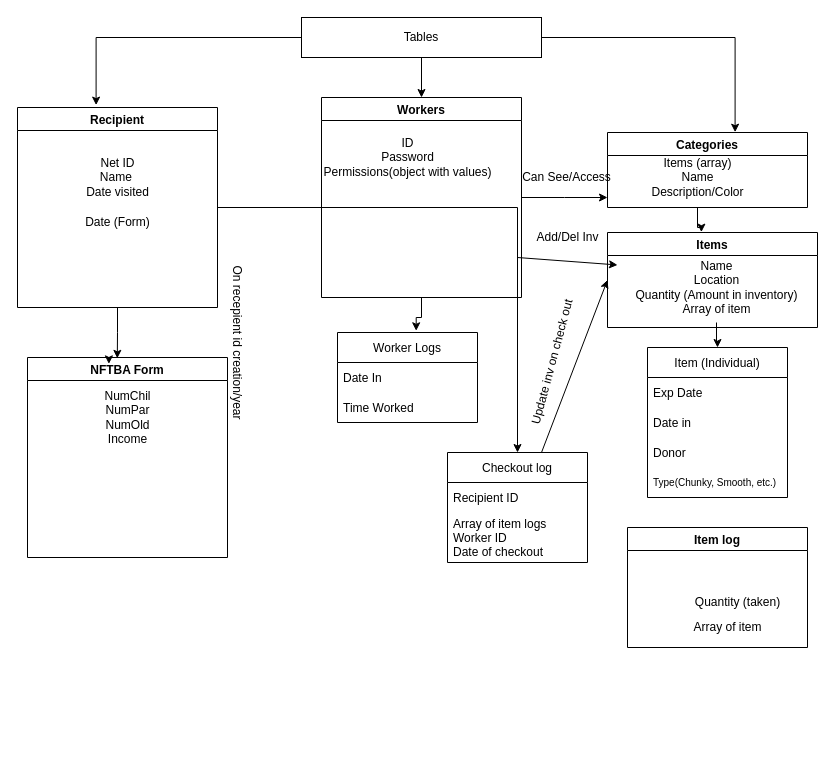
The draw.io diagram Back-End Data.drawio in UTDallasEPICS/Comet-Cupboard, before the edit. Source tidied: cells renumbered, new cells numbered last; positions are measured from the earlier drawing's top-left corner, leaving out a move shared by most shapes. Both pictures are drawn from the tidied source at 100%, with x=0, y=0 at pixel (17, 17).
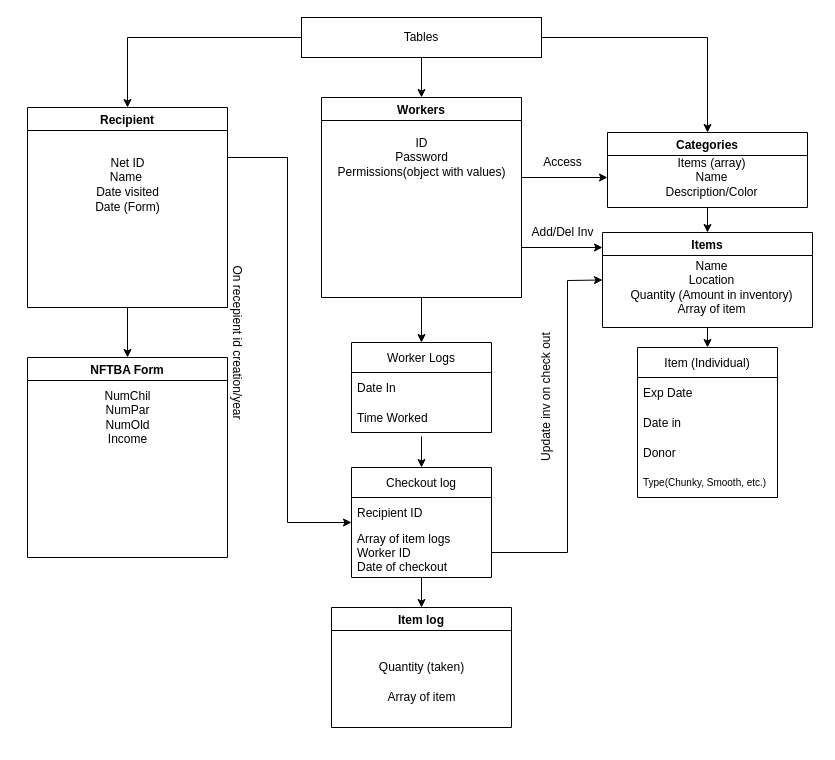
The same diagram, later.

Unchanged cells that the change refers to:
```xml
<mxCell id="7" value="Categories" style="swimlane;" parent="1" vertex="1">
  <mxGeometry x="590" y="115" width="200" height="75" as="geometry" />
</mxCell>
<mxCell id="11" value="Tables" style="rounded=0;whiteSpace=wrap;html=1;" parent="1" vertex="1">
  <mxGeometry x="284" width="240" height="40" as="geometry" />
</mxCell>
<mxCell id="12" value="NFTBA Form" style="swimlane;" parent="1" vertex="1">
  <mxGeometry x="10" y="340" width="200" height="200" as="geometry" />
</mxCell>
<mxCell id="18" value="Workers" style="swimlane;" parent="1" vertex="1">
  <mxGeometry x="304" y="80" width="200" height="200" as="geometry" />
</mxCell>
<mxCell id="23" value="Name&lt;br&gt;Location&lt;br&gt;Quantity (Amount in inventory)&lt;br&gt;Array of item" style="text;html=1;align=center;verticalAlign=middle;points=[];strokeColor=none;fillColor=none;" parent="22" vertex="1">
  <mxGeometry x="14" y="20" width="190" height="70" as="geometry" />
</mxCell>
<mxCell id="31" value="Array of item logs&#10;Worker ID &#10;Date of checkout" style="text;strokeColor=none;fillColor=none;align=left;verticalAlign=middle;spacingLeft=4;spacingRight=4;overflow=hidden;points=[[0,0.5],[1,0.5]];portConstraint=eastwest;" parent="29" vertex="1">
  <mxGeometry y="60" width="140" height="50" as="geometry" />
</mxCell>
<mxCell id="38" value="Time Worked" style="text;strokeColor=none;fillColor=none;align=left;verticalAlign=middle;spacingLeft=4;spacingRight=4;overflow=hidden;points=[[0,0.5],[1,0.5]];portConstraint=eastwest;" parent="36" vertex="1">
  <mxGeometry y="60" width="140" height="30" as="geometry" />
</mxCell>
```

Diff of the diagram source:
```diff
@@
-    <mxCell id="2" style="edgeStyle=orthogonalEdgeStyle;rounded=0;jettySize=auto;html=1;entryX=0.449;entryY=0.004;entryDx=0;entryDy=0;entryPerimeter=0;" parent="1" edge="1" source="4" target="12">
-      <mxGeometry relative="1" as="geometry" />
-    </mxCell>
-    <mxCell id="3" style="edgeStyle=orthogonalEdgeStyle;rounded=0;jettySize=auto;html=1;" parent="1" edge="1" source="4" target="29">
-      <mxGeometry relative="1" as="geometry" />
-    </mxCell>
     <mxCell id="4" value="Recipient" style="swimlane;startSize=23;" parent="1" vertex="1">
-      <mxGeometry y="90" width="200" height="200" as="geometry" />
+      <mxGeometry x="10" y="90" width="200" height="200" as="geometry" />
     </mxCell>
@@
     <mxCell id="6" value="Date (Form)" style="text;html=1;align=center;verticalAlign=middle;strokeColor=none;fillColor=none;" parent="4" vertex="1">
-      <mxGeometry x="55" y="100" width="90" height="30" as="geometry" />
+      <mxGeometry x="55" y="85" width="90" height="30" as="geometry" />
     </mxCell>
@@
+    <mxCell id="21" value="Items (array)&lt;br&gt;Name&lt;br&gt;Description/Color" style="text;html=1;align=center;verticalAlign=middle;points=[];strokeColor=none;fillColor=none;" parent="7" vertex="1">
+      <mxGeometry x="44" y="15" width="120" height="60" as="geometry" />
+    </mxCell>
-    <mxCell id="8" style="edgeStyle=orthogonalEdgeStyle;rounded=0;jettySize=auto;html=1;entryX=0.393;entryY=-0.012;entryDx=0;entryDy=0;entryPerimeter=0;" parent="1" edge="1" source="11" target="4">
-      <mxGeometry relative="1" as="geometry" />
+    <mxCell id="8" style="edgeStyle=orthogonalEdgeStyle;rounded=0;jettySize=auto;html=1;entryX=0.5;entryY=0;entryDx=0;entryDy=0;" parent="1" edge="1" source="11" target="4">
+      <mxGeometry relative="1" as="geometry">
+        <Array as="points">
+          <mxPoint x="110" y="20" />
+        </Array>
+      </mxGeometry>
     </mxCell>
-    <mxCell id="9" style="edgeStyle=orthogonalEdgeStyle;rounded=0;jettySize=auto;html=1;entryX=0.638;entryY=-0.004;entryDx=0;entryDy=0;entryPerimeter=0;" parent="1" edge="1" source="11" target="7">
-      <mxGeometry relative="1" as="geometry" />
+    <mxCell id="9" style="edgeStyle=orthogonalEdgeStyle;rounded=0;jettySize=auto;html=1;entryX=0.5;entryY=0;entryDx=0;entryDy=0;" parent="1" edge="1" source="11" target="7">
+      <mxGeometry relative="1" as="geometry">
+        <Array as="points">
+          <mxPoint x="690" y="20" />
+        </Array>
+      </mxGeometry>
     </mxCell>
@@
-    <mxCell id="13" style="edgeStyle=orthogonalEdgeStyle;rounded=0;orthogonalLoop=1;jettySize=auto;html=1;exitX=0.5;exitY=0;exitDx=0;exitDy=0;entryX=0.407;entryY=0.032;entryDx=0;entryDy=0;entryPerimeter=0;" parent="1" edge="1" source="12" target="12">
-      <mxGeometry relative="1" as="geometry" />
-    </mxCell>
@@
     <mxCell id="16" style="edgeStyle=orthogonalEdgeStyle;rounded=0;jettySize=auto;html=1;" parent="1" edge="1" source="18">
       <mxGeometry relative="1" as="geometry">
-        <mxPoint x="590" y="180" as="targetPoint" />
+        <mxPoint x="590" y="160" as="targetPoint" />
+        <Array as="points">
+          <mxPoint x="590" y="160" />
+        </Array>
       </mxGeometry>
     </mxCell>
-    <mxCell id="17" style="edgeStyle=orthogonalEdgeStyle;rounded=0;jettySize=auto;html=1;entryX=0.562;entryY=-0.019;entryDx=0;entryDy=0;entryPerimeter=0;" parent="1" edge="1" source="18" target="36">
-      <mxGeometry relative="1" as="geometry" />
-    </mxCell>
@@
-    <mxCell id="19" value="ID&lt;br&gt;Password&lt;br&gt;Permissions(object with values)" style="text;html=1;align=center;verticalAlign=middle;strokeColor=none;fillColor=none;" parent="1" vertex="1">
-      <mxGeometry x="295" y="110" width="190" height="60" as="geometry" />
+    <mxCell id="19" value="ID&lt;br&gt;Password&lt;br&gt;Permissions(object with values)" style="text;html=1;align=center;verticalAlign=middle;strokeColor=none;fillColor=none;" parent="18" vertex="1">
+      <mxGeometry x="5" y="30" width="190" height="60" as="geometry" />
     </mxCell>
-    <mxCell id="20" style="edgeStyle=orthogonalEdgeStyle;rounded=0;jettySize=auto;html=1;entryX=0.447;entryY=-0.004;entryDx=0;entryDy=0;entryPerimeter=0;" parent="1" edge="1" source="21" target="22">
-      <mxGeometry relative="1" as="geometry" />
-    </mxCell>
-    <mxCell id="21" value="Items (array)&lt;br&gt;Name&lt;br&gt;Description/Color" style="text;html=1;align=center;verticalAlign=middle;points=[];strokeColor=none;fillColor=none;" parent="1" vertex="1">
-      <mxGeometry x="620" y="130" width="120" height="60" as="geometry" />
-    </mxCell>
     <mxCell id="22" value="Items" style="swimlane;" parent="1" vertex="1">
-      <mxGeometry x="590" y="215" width="210" height="95" as="geometry" />
+      <mxGeometry x="585" y="215" width="210" height="95" as="geometry" />
     </mxCell>
@@
     <mxCell id="24" value="Item log" style="swimlane;" parent="1" vertex="1">
-      <mxGeometry x="610" y="510" width="180" height="120" as="geometry" />
+      <mxGeometry x="314" y="590" width="180" height="120" as="geometry" />
     </mxCell>
     <mxCell id="25" value="Quantity (taken)" style="text;html=1;align=center;verticalAlign=middle;strokeColor=none;fillColor=none;" parent="24" vertex="1">
-      <mxGeometry x="55" y="60" width="110" height="30" as="geometry" />
+      <mxGeometry x="35" y="45" width="110" height="30" as="geometry" />
     </mxCell>
@@
     <mxCell id="27" value="Array of item" style="text;html=1;align=center;verticalAlign=middle;strokeColor=none;fillColor=none;" parent="24" vertex="1">
-      <mxGeometry x="55" y="85" width="90" height="30" as="geometry" />
+      <mxGeometry x="45" y="75" width="90" height="30" as="geometry" />
     </mxCell>
-    <mxCell id="28" value="Can See/Access" style="text;html=1;align=center;verticalAlign=middle;strokeColor=none;fillColor=none;" parent="1" vertex="1">
-      <mxGeometry x="494" y="145" width="110" height="30" as="geometry" />
+    <mxCell id="28" value="Access" style="text;html=1;align=center;verticalAlign=middle;strokeColor=none;fillColor=none;" parent="1" vertex="1">
+      <mxGeometry x="515" y="130" width="60" height="30" as="geometry" />
     </mxCell>
     <mxCell id="29" value="Checkout log" style="swimlane;fontStyle=0;horizontal=1;startSize=30;" parent="1" vertex="1">
-      <mxGeometry x="430" y="435" width="140" height="110" as="geometry" />
+      <mxGeometry x="334" y="450" width="140" height="110" as="geometry" />
     </mxCell>
@@
-    <mxCell id="32" style="endArrow=classic;html=1;rounded=0;entryX=0;entryY=0.5;entryDx=0;entryDy=0;" parent="1" edge="1" target="22">
+    <mxCell id="32" style="endArrow=classic;html=1;rounded=0;exitX=1;exitY=0.5;exitDx=0;exitDy=0;entryX=0;entryY=0.5;entryDx=0;entryDy=0;" parent="1" edge="1" source="31" target="22">
       <mxGeometry relative="1" as="geometry">
-        <mxPoint x="524" y="435" as="sourcePoint" />
+        <Array as="points">
+          <mxPoint x="550" y="535" />
+          <mxPoint x="550" y="263" />
+        </Array>
       </mxGeometry>
     </mxCell>
-    <mxCell id="33" style="endArrow=classic;html=1;rounded=0;entryX=-0.021;entryY=0.178;entryDx=0;entryDy=0;entryPerimeter=0;" parent="1" edge="1" target="23">
-      <mxGeometry relative="1" as="geometry">
-        <mxPoint x="500" y="240" as="sourcePoint" />
-      </mxGeometry>
+    <mxCell id="33" style="endArrow=classic;html=1;rounded=0;entryX=0;entryY=0.158;entryDx=0;entryDy=0;exitX=1;exitY=0.75;exitDx=0;exitDy=0;entryPerimeter=0;" parent="1" edge="1" source="18" target="22">
+      <mxGeometry relative="1" as="geometry" />
     </mxCell>
     <mxCell id="34" value="Add/Del Inv" style="text;html=1;align=center;verticalAlign=middle;strokeColor=none;fillColor=none;" parent="1" vertex="1">
-      <mxGeometry x="505" y="205" width="90" height="30" as="geometry" />
+      <mxGeometry x="500" y="200" width="90" height="30" as="geometry" />
     </mxCell>
-    <mxCell id="35" value="Update inv on check out" style="text;html=1;align=center;verticalAlign=middle;strokeColor=none;fillColor=none;rotation=-75;" parent="1" vertex="1">
-      <mxGeometry x="460" y="330" width="150" height="30" as="geometry" />
+    <mxCell id="35" value="Update inv on check out" style="text;html=1;align=center;verticalAlign=middle;strokeColor=none;fillColor=none;rotation=-90;" parent="1" vertex="1">
+      <mxGeometry x="454" y="365" width="150" height="30" as="geometry" />
     </mxCell>
     <mxCell id="36" value="Worker Logs" style="swimlane;fontStyle=0;horizontal=1;startSize=30;" parent="1" vertex="1">
-      <mxGeometry x="320" y="315" width="140" height="90" as="geometry" />
+      <mxGeometry x="334" y="325" width="140" height="90" as="geometry" />
     </mxCell>
@@
     <mxCell id="39" value="Item (Individual)" style="swimlane;fontStyle=0;horizontal=1;startSize=30;" parent="1" vertex="1">
-      <mxGeometry x="630" y="330" width="140" height="150" as="geometry" />
+      <mxGeometry x="620" y="330" width="140" height="150" as="geometry" />
     </mxCell>
@@
-    <mxCell id="44" style="edgeStyle=orthogonalEdgeStyle;rounded=0;jettySize=auto;html=1;" parent="1" edge="1" source="23" target="39">
-      <mxGeometry relative="1" as="geometry" />
-    </mxCell>
+    <mxCell id="2" style="endArrow=classic;html=1;rounded=0;exitX=0.5;exitY=1;exitDx=0;exitDy=0;entryX=0.5;entryY=0;entryDx=0;entryDy=0;" parent="1" edge="1" source="4" target="12">
+      <mxGeometry relative="1" as="geometry" />
+    </mxCell>
+    <mxCell id="17" style="endArrow=classic;html=1;rounded=0;exitX=0.5;exitY=1;exitDx=0;exitDy=0;entryX=0.5;entryY=0;entryDx=0;entryDy=0;" parent="1" edge="1" source="18" target="36">
+      <mxGeometry relative="1" as="geometry" />
+    </mxCell>
+    <mxCell id="45" style="endArrow=classic;html=1;rounded=0;exitX=0.5;exitY=1;exitDx=0;exitDy=0;entryX=0.5;entryY=0;entryDx=0;entryDy=0;" parent="1" edge="1" source="7" target="22">
+      <mxGeometry relative="1" as="geometry" />
+    </mxCell>
+    <mxCell id="3" style="endArrow=classic;html=1;rounded=0;exitX=1;exitY=0.25;exitDx=0;exitDy=0;entryX=0;entryY=0.5;entryDx=0;entryDy=0;" parent="1" edge="1" source="4" target="29">
+      <mxGeometry relative="1" as="geometry">
+        <Array as="points">
+          <mxPoint x="270" y="140" />
+          <mxPoint x="270" y="505" />
+        </Array>
+      </mxGeometry>
+    </mxCell>
+    <mxCell id="46" style="endArrow=classic;html=1;rounded=0;entryX=0.5;entryY=0;entryDx=0;entryDy=0;exitX=0.5;exitY=1.133;exitDx=0;exitDy=0;exitPerimeter=0;" parent="1" edge="1" source="38" target="29">
+      <mxGeometry relative="1" as="geometry" />
+    </mxCell>
+    <mxCell id="47" style="endArrow=classic;html=1;rounded=0;exitX=0.5;exitY=1;exitDx=0;exitDy=0;entryX=0.5;entryY=0;entryDx=0;entryDy=0;" parent="1" edge="1" source="22" target="39">
+      <mxGeometry relative="1" as="geometry" />
+    </mxCell>
+    <mxCell id="48" style="endArrow=classic;html=1;rounded=0;entryX=0.5;entryY=0;entryDx=0;entryDy=0;exitX=0.5;exitY=1;exitDx=0;exitDy=0;exitPerimeter=0;" parent="1" edge="1" source="31" target="24">
+      <mxGeometry relative="1" as="geometry" />
+    </mxCell>
```
